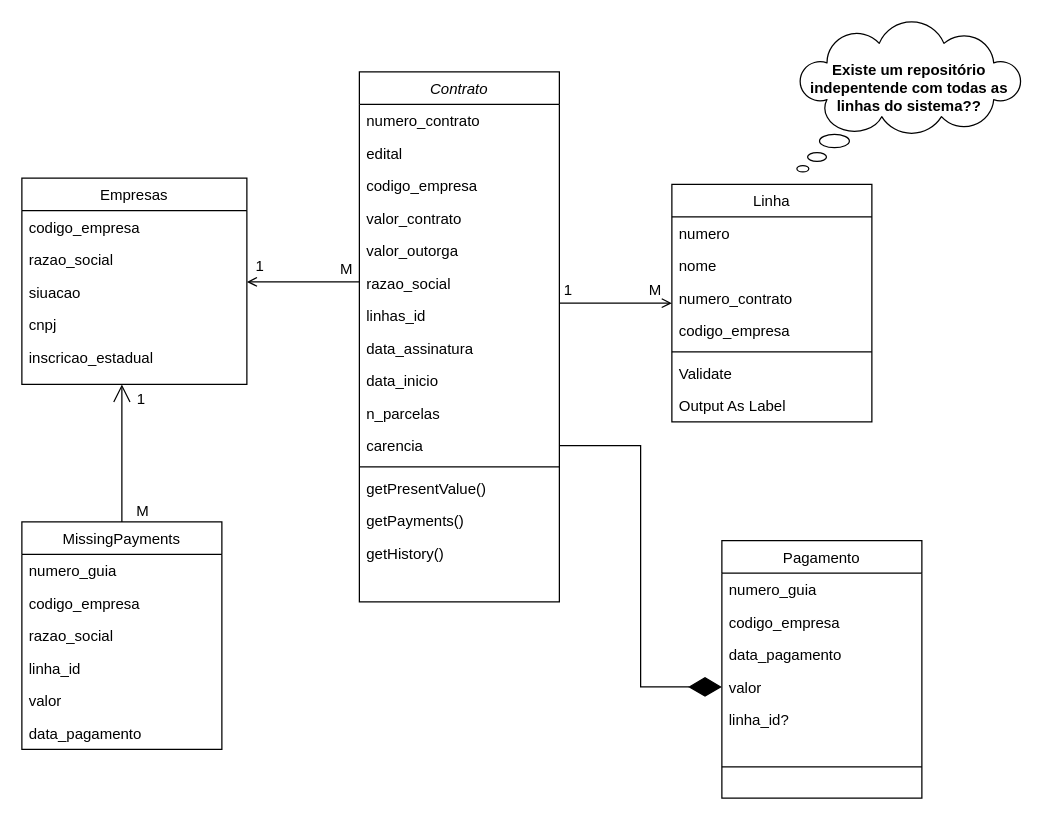
This is diagrama_de_classe_outorga.drawio from sverissimo/outorgas_stim, a draw.io file, before an edit. Source tidied: cells renumbered, new cells numbered last; positions are measured from the earlier drawing's top-left corner, leaving out a move shared by most shapes. Both pictures are drawn from the tidied source at 125%, with x=0, y=0 at pixel (21, 21).
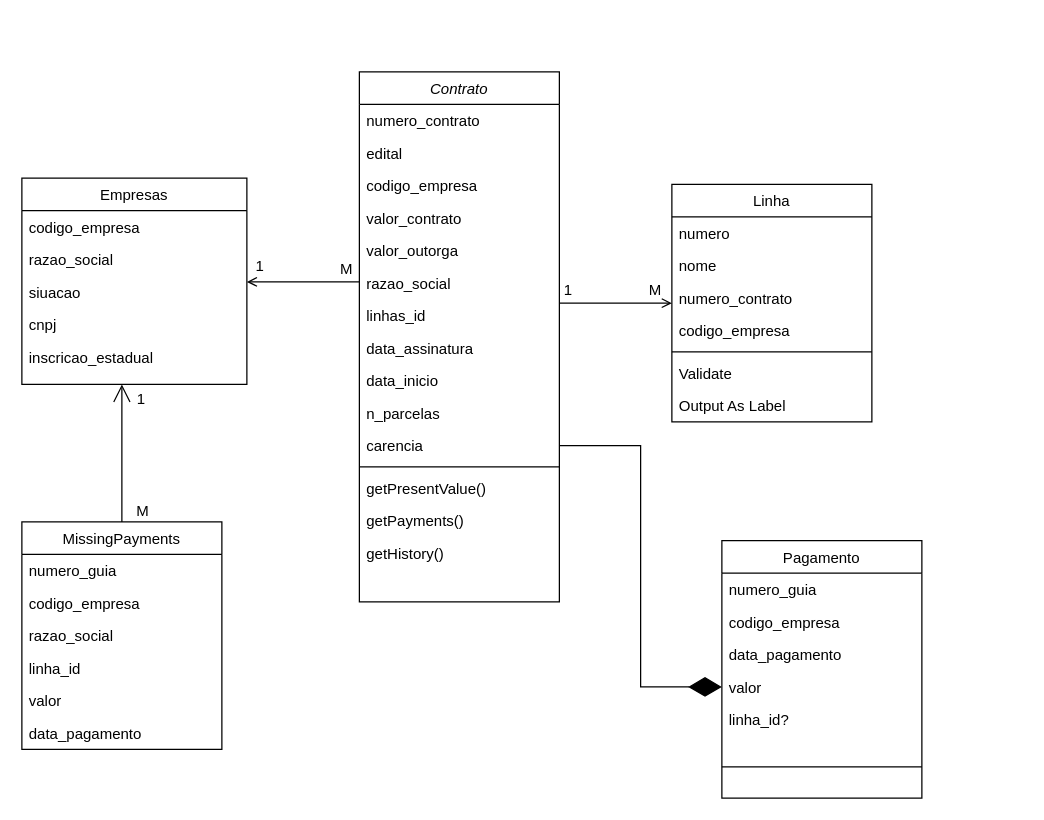
The same page after the edit.

What changed in the source:
```diff
@@
-    <mxCell id="42" value="Existe um repositório indepentende com todas as linhas do sistema??&lt;br&gt;&lt;br&gt;" style="whiteSpace=wrap;html=1;shape=mxgraph.basic.cloud_callout;align=center;fontSize=12;labelPosition=center;verticalLabelPosition=middle;verticalAlign=middle;fontStyle=1;" parent="1" vertex="1">
-      <mxGeometry x="620" width="180" height="120" as="geometry" />
-    </mxCell>
```
